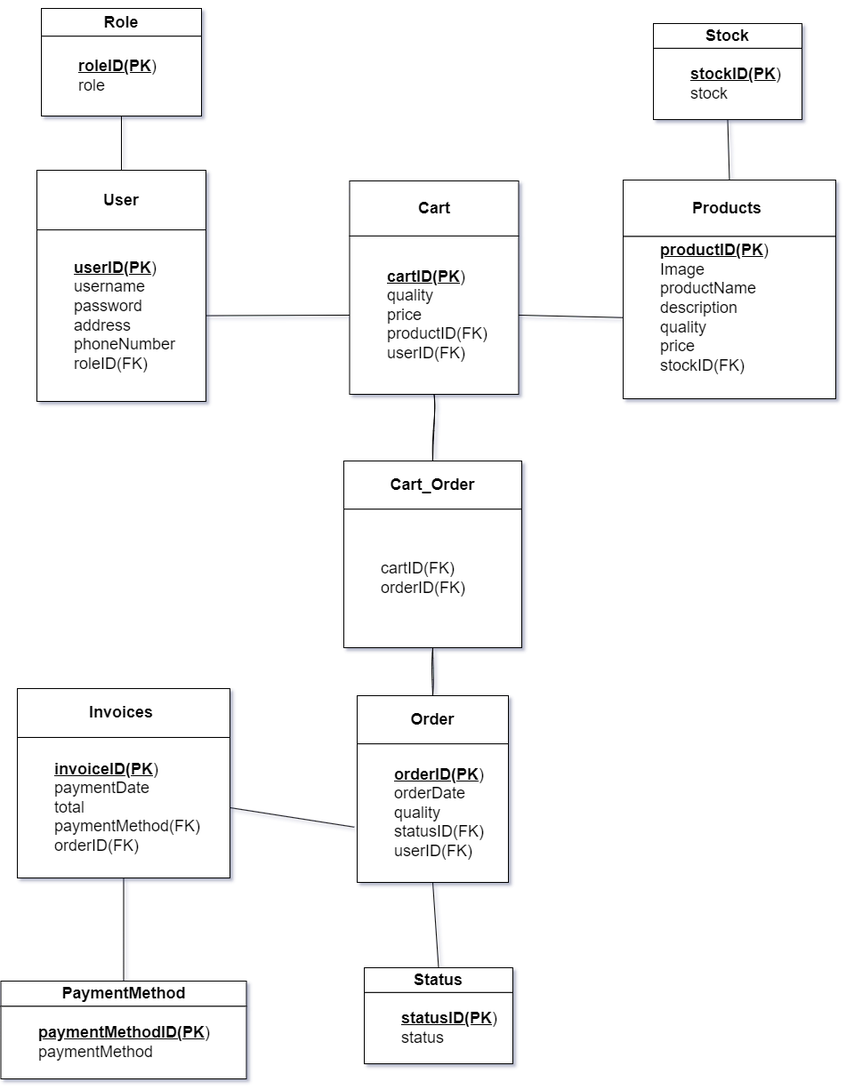
This is DuAn4.drawio.png from PhamThom129D/JDBC, a draw.io export, as it was before one commit. Source tidied: cells renumbered, new cells last; positions are measured from the earlier drawing's top-left corner, leaving out a move shared by most shapes.
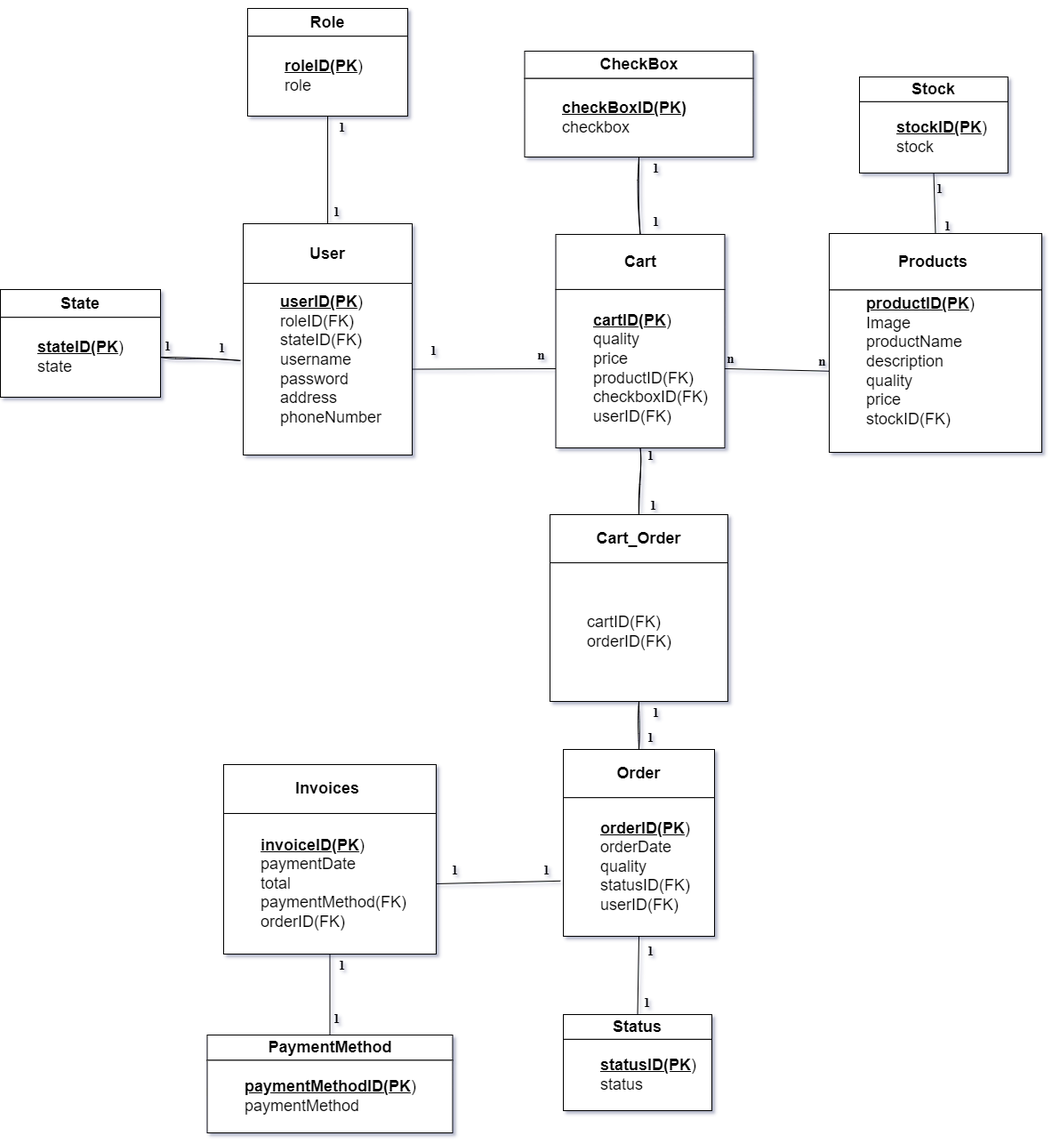
The same file after the commit.

Commit message:
Cập nhật DuAn4.drawio.png

What changed in the source:
```diff
@@ -8,7 +8,7 @@
     <mxCell id="3" value="&lt;h2&gt;User&lt;/h2&gt;" style="rounded=0;whiteSpace=wrap;html=1;align=center;labelBackgroundColor=none;" parent="2" vertex="1">
       <mxGeometry width="190" height="67.1" as="geometry" />
     </mxCell>
-    <mxCell id="4" value="&lt;blockquote style=&quot;margin: 0px 0px 0px 40px; border: none; padding: 0px; font-size: 18px;&quot;&gt;&lt;u&gt;&lt;b&gt;userID(PK&lt;/b&gt;&lt;/u&gt;)&lt;br&gt;username&lt;br&gt;password&lt;br&gt;address&lt;br&gt;phoneNumber&lt;br&gt;roleID(FK)&lt;/blockquote&gt;" style="rounded=0;whiteSpace=wrap;html=1;align=left;labelPosition=center;verticalLabelPosition=middle;verticalAlign=middle;labelBackgroundColor=none;" parent="2" vertex="1">
+    <mxCell id="4" value="&lt;blockquote style=&quot;margin: 0px 0px 0px 40px; border: none; padding: 0px; font-size: 18px;&quot;&gt;&lt;u&gt;&lt;b&gt;userID(PK&lt;/b&gt;&lt;/u&gt;)&lt;/blockquote&gt;&lt;blockquote style=&quot;margin: 0px 0px 0px 40px; border: none; padding: 0px; font-size: 18px;&quot;&gt;&lt;span style=&quot;background-color: initial;&quot;&gt;roleID(FK)&lt;/span&gt;&lt;/blockquote&gt;&lt;blockquote style=&quot;margin: 0px 0px 0px 40px; border: none; padding: 0px; font-size: 18px;&quot;&gt;&lt;span style=&quot;background-color: initial;&quot;&gt;stateID(FK)&lt;/span&gt;&lt;/blockquote&gt;&lt;blockquote style=&quot;margin: 0px 0px 0px 40px; border: none; padding: 0px; font-size: 18px;&quot;&gt;username&lt;br&gt;password&lt;br&gt;address&lt;br&gt;phoneNumber&lt;br&gt;&lt;br&gt;&lt;/blockquote&gt;" style="rounded=0;whiteSpace=wrap;html=1;align=left;labelPosition=center;verticalLabelPosition=middle;verticalAlign=middle;labelBackgroundColor=none;" parent="2" vertex="1">
       <mxGeometry y="67.1" width="190" height="192.9" as="geometry" />
     </mxCell>
     <mxCell id="5" style="group;verticalAlign=bottom;align=center;labelPosition=center;verticalLabelPosition=top;textDirection=ltr;rounded=0;labelBackgroundColor=none;" parent="1" vertex="1">
@@ -26,7 +26,7 @@
     <mxCell id="9" value="&lt;h2&gt;Cart&lt;/h2&gt;" style="rounded=0;whiteSpace=wrap;html=1;align=center;labelBackgroundColor=none;" parent="8" vertex="1">
       <mxGeometry width="190" height="61.9" as="geometry" />
     </mxCell>
-    <mxCell id="10" value="&lt;blockquote style=&quot;margin: 0px 0px 0px 40px; border: none; padding: 0px; font-size: 18px;&quot;&gt;&lt;u&gt;&lt;b&gt;cartID(PK&lt;/b&gt;&lt;/u&gt;)&lt;br&gt;quality&amp;nbsp;&lt;br&gt;price&amp;nbsp;&lt;/blockquote&gt;&lt;blockquote style=&quot;margin: 0px 0px 0px 40px; border: none; padding: 0px; font-size: 18px;&quot;&gt;productID(FK)&lt;/blockquote&gt;&lt;blockquote style=&quot;margin: 0px 0px 0px 40px; border: none; padding: 0px; font-size: 18px;&quot;&gt;userID(FK)&lt;/blockquote&gt;" style="rounded=0;whiteSpace=wrap;html=1;align=left;labelPosition=center;verticalLabelPosition=middle;verticalAlign=middle;labelBackgroundColor=none;" parent="8" vertex="1">
+    <mxCell id="10" value="&lt;blockquote style=&quot;margin: 0px 0px 0px 40px; border: none; padding: 0px; font-size: 18px;&quot;&gt;&lt;u&gt;&lt;b&gt;cartID(PK&lt;/b&gt;&lt;/u&gt;)&lt;br&gt;quality&amp;nbsp;&lt;br&gt;price&amp;nbsp;&lt;/blockquote&gt;&lt;blockquote style=&quot;margin: 0px 0px 0px 40px; border: none; padding: 0px; font-size: 18px;&quot;&gt;productID(FK)&lt;/blockquote&gt;&lt;blockquote style=&quot;margin: 0px 0px 0px 40px; border: none; padding: 0px; font-size: 18px;&quot;&gt;checkboxID(FK)&lt;/blockquote&gt;&lt;blockquote style=&quot;margin: 0px 0px 0px 40px; border: none; padding: 0px; font-size: 18px;&quot;&gt;userID(FK)&lt;/blockquote&gt;" style="rounded=0;whiteSpace=wrap;html=1;align=left;labelPosition=center;verticalLabelPosition=middle;verticalAlign=middle;labelBackgroundColor=none;" parent="8" vertex="1">
       <mxGeometry y="61.9" width="190" height="178.1" as="geometry" />
     </mxCell>
     <mxCell id="11" style="group;verticalAlign=bottom;align=center;labelPosition=center;verticalLabelPosition=top;textDirection=ltr;rounded=0;labelBackgroundColor=none;" parent="1" vertex="1">
@@ -39,7 +39,7 @@
       <mxGeometry y="54.2" width="170" height="155.8" as="geometry" />
     </mxCell>
     <mxCell id="14" style="group;verticalAlign=bottom;align=center;labelPosition=center;verticalLabelPosition=top;textDirection=ltr;rounded=0;labelBackgroundColor=none;" parent="1" vertex="1">
-      <mxGeometry x="19" y="765" width="239" height="213" as="geometry" />
+      <mxGeometry x="19" y="790" width="239" height="213" as="geometry" />
     </mxCell>
     <mxCell id="15" value="&lt;h2&gt;Invoices&amp;nbsp;&lt;/h2&gt;" style="rounded=0;whiteSpace=wrap;html=1;align=center;labelBackgroundColor=none;" parent="14" vertex="1">
       <mxGeometry width="239" height="55" as="geometry" />
@@ -57,7 +57,7 @@
       <mxGeometry y="27.9" width="167" height="80.1" as="geometry" />
     </mxCell>
     <mxCell id="20" style="group;verticalAlign=bottom;align=center;labelPosition=center;verticalLabelPosition=top;textDirection=ltr;rounded=0;labelBackgroundColor=none;" parent="1" vertex="1">
-      <mxGeometry x="46" width="180" height="121" as="geometry" />
+      <mxGeometry x="46" y="-60" width="180" height="121" as="geometry" />
     </mxCell>
     <mxCell id="21" value="&lt;h2&gt;Role&lt;/h2&gt;" style="rounded=0;whiteSpace=wrap;html=1;align=center;labelBackgroundColor=none;" parent="20" vertex="1">
       <mxGeometry width="180" height="31.2" as="geometry" />
@@ -66,7 +66,7 @@
       <mxGeometry y="31.2" width="180" height="89.8" as="geometry" />
     </mxCell>
     <mxCell id="23" style="group;verticalAlign=bottom;align=center;labelPosition=center;verticalLabelPosition=top;textDirection=ltr;rounded=0;labelBackgroundColor=none;" parent="1" vertex="1">
-      <mxGeometry x="409" y="1079" width="167" height="108" as="geometry" />
+      <mxGeometry x="401" y="1071" width="167" height="108" as="geometry" />
     </mxCell>
     <mxCell id="24" value="&lt;h2&gt;Status&lt;/h2&gt;" style="rounded=0;whiteSpace=wrap;html=1;align=center;labelBackgroundColor=none;" parent="23" vertex="1">
       <mxGeometry width="167" height="27.9" as="geometry" />
@@ -74,6 +74,9 @@
     <mxCell id="25" value="&lt;blockquote style=&quot;margin: 0px 0px 0px 40px; border: none; padding: 0px; font-size: 18px;&quot;&gt;&lt;u&gt;&lt;b&gt;statusID(PK&lt;/b&gt;&lt;/u&gt;)&lt;br&gt;status&lt;/blockquote&gt;" style="rounded=0;whiteSpace=wrap;html=1;align=left;labelPosition=center;verticalLabelPosition=middle;verticalAlign=middle;labelBackgroundColor=none;" parent="23" vertex="1">
       <mxGeometry y="27.9" width="167" height="80.1" as="geometry" />
     </mxCell>
+    <mxCell id="41" style="edgeStyle=orthogonalEdgeStyle;rounded=0;sketch=1;hachureGap=4;jiggle=2;curveFitting=1;orthogonalLoop=1;jettySize=auto;html=1;exitX=0.5;exitY=1;exitDx=0;exitDy=0;fontFamily=Architects Daughter;fontSource=https%3A%2F%2Ffonts.googleapis.com%2Fcss%3Ffamily%3DArchitects%2BDaughter;" parent="23" edge="1" source="25" target="25">
+      <mxGeometry relative="1" as="geometry" />
+    </mxCell>
     <mxCell id="26" style="group;verticalAlign=bottom;align=center;labelPosition=center;verticalLabelPosition=top;textDirection=ltr;rounded=0;labelBackgroundColor=none;" parent="1" vertex="1">
       <mxGeometry x="0.5" y="1094" width="276" height="110" as="geometry" />
     </mxCell>
@@ -119,5 +122,95 @@
     <mxCell id="40" style="endArrow=none;html=1;rounded=0;sketch=1;hachureGap=4;jiggle=2;curveFitting=1;fontFamily=Architects Daughter;fontSource=https%3A%2F%2Ffonts.googleapis.com%2Fcss%3Ffamily%3DArchitects%2BDaughter;exitX=0.5;exitY=1;exitDx=0;exitDy=0;entryX=0.5;entryY=0;entryDx=0;entryDy=0;" parent="1" edge="1" source="31" target="12">
       <mxGeometry relative="1" as="geometry" />
     </mxCell>
+    <mxCell id="42" style="group;verticalAlign=bottom;align=center;labelPosition=center;verticalLabelPosition=top;textDirection=ltr;rounded=0;labelBackgroundColor=none;" parent="1" vertex="1">
+      <mxGeometry x="357.5" y="-12" width="257" height="119" as="geometry" />
+    </mxCell>
+    <mxCell id="43" value="&lt;h2&gt;CheckBox&lt;/h2&gt;" style="rounded=0;whiteSpace=wrap;html=1;align=center;labelBackgroundColor=none;" parent="42" vertex="1">
+      <mxGeometry width="257" height="30.7" as="geometry" />
+    </mxCell>
+    <mxCell id="44" value="&lt;blockquote style=&quot;margin: 0px 0px 0px 40px; border: none; padding: 0px; font-size: 18px;&quot;&gt;&lt;b&gt;&lt;u&gt;checkBoxID(PK)&lt;/u&gt;&lt;/b&gt;&lt;/blockquote&gt;&lt;blockquote style=&quot;margin: 0px 0px 0px 40px; border: none; padding: 0px; font-size: 18px;&quot;&gt;checkbox&lt;/blockquote&gt;" style="rounded=0;whiteSpace=wrap;html=1;align=left;labelPosition=center;verticalLabelPosition=middle;verticalAlign=middle;labelBackgroundColor=none;" parent="42" vertex="1">
+      <mxGeometry y="30.7" width="257" height="88.3" as="geometry" />
+    </mxCell>
+    <mxCell id="45" style="endArrow=none;html=1;rounded=0;sketch=1;hachureGap=4;jiggle=2;curveFitting=1;fontFamily=Architects Daughter;fontSource=https%3A%2F%2Ffonts.googleapis.com%2Fcss%3Ffamily%3DArchitects%2BDaughter;exitX=0.5;exitY=1;exitDx=0;exitDy=0;entryX=0.5;entryY=0;entryDx=0;entryDy=0;" parent="1" edge="1" source="44" target="9">
+      <mxGeometry relative="1" as="geometry" />
+    </mxCell>
+    <mxCell id="46" style="group;verticalAlign=bottom;align=center;labelPosition=center;verticalLabelPosition=top;textDirection=ltr;rounded=0;labelBackgroundColor=none;" parent="1" vertex="1">
+      <mxGeometry x="-232" y="256" width="180" height="121" as="geometry" />
+    </mxCell>
+    <mxCell id="47" value="&lt;h2&gt;State&lt;/h2&gt;" style="rounded=0;whiteSpace=wrap;html=1;align=center;labelBackgroundColor=none;" parent="46" vertex="1">
+      <mxGeometry width="180" height="31.2" as="geometry" />
+    </mxCell>
+    <mxCell id="48" value="&lt;blockquote style=&quot;margin: 0px 0px 0px 40px; border: none; padding: 0px; font-size: 18px;&quot;&gt;&lt;u&gt;&lt;b&gt;stateID(PK&lt;/b&gt;&lt;/u&gt;)&lt;br&gt;state&lt;/blockquote&gt;" style="rounded=0;whiteSpace=wrap;html=1;align=left;labelPosition=center;verticalLabelPosition=middle;verticalAlign=middle;labelBackgroundColor=none;" parent="46" vertex="1">
+      <mxGeometry y="31.2" width="180" height="89.8" as="geometry" />
+    </mxCell>
+    <mxCell id="49" style="endArrow=none;html=1;rounded=0;sketch=1;hachureGap=4;jiggle=2;curveFitting=1;fontFamily=Architects Daughter;fontSource=https%3A%2F%2Ffonts.googleapis.com%2Fcss%3Ffamily%3DArchitects%2BDaughter;exitX=1;exitY=0.5;exitDx=0;exitDy=0;entryX=-0.016;entryY=0.45;entryDx=0;entryDy=0;entryPerimeter=0;" parent="1" edge="1" source="48" target="4">
+      <mxGeometry relative="1" as="geometry" />
+    </mxCell>
+    <mxCell id="50" value="&lt;h4&gt;&lt;font face=&quot;Times New Roman&quot;&gt;1&lt;/font&gt;&lt;/h4&gt;" style="text;html=1;align=center;verticalAlign=middle;whiteSpace=wrap;rounded=0;fontFamily=Architects Daughter;fontSource=https%3A%2F%2Ffonts.googleapis.com%2Fcss%3Ffamily%3DArchitects%2BDaughter;fontSize=15;" parent="1" vertex="1">
+      <mxGeometry x="233.5" y="312" width="43" height="26" as="geometry" />
+    </mxCell>
+    <mxCell id="51" value="&lt;h4&gt;&lt;font face=&quot;Times New Roman&quot;&gt;1&lt;/font&gt;&lt;/h4&gt;" style="text;html=1;align=center;verticalAlign=middle;whiteSpace=wrap;rounded=0;fontFamily=Architects Daughter;fontSource=https%3A%2F%2Ffonts.googleapis.com%2Fcss%3Ffamily%3DArchitects%2BDaughter;fontSize=15;" parent="1" vertex="1">
+      <mxGeometry x="-4" y="309" width="43" height="26" as="geometry" />
+    </mxCell>
+    <mxCell id="52" value="&lt;h4&gt;&lt;font face=&quot;Times New Roman&quot;&gt;1&lt;/font&gt;&lt;/h4&gt;" style="text;html=1;align=center;verticalAlign=middle;whiteSpace=wrap;rounded=0;fontFamily=Architects Daughter;fontSource=https%3A%2F%2Ffonts.googleapis.com%2Fcss%3Ffamily%3DArchitects%2BDaughter;fontSize=15;" parent="1" vertex="1">
+      <mxGeometry x="-65" y="307" width="43" height="26" as="geometry" />
+    </mxCell>
+    <mxCell id="53" value="&lt;h4&gt;&lt;font face=&quot;Times New Roman&quot;&gt;1&lt;/font&gt;&lt;/h4&gt;" style="text;html=1;align=center;verticalAlign=middle;whiteSpace=wrap;rounded=0;fontFamily=Architects Daughter;fontSource=https%3A%2F%2Ffonts.googleapis.com%2Fcss%3Ffamily%3DArchitects%2BDaughter;fontSize=15;" parent="1" vertex="1">
+      <mxGeometry x="125" y="156" width="43" height="26" as="geometry" />
+    </mxCell>
+    <mxCell id="54" value="&lt;h4&gt;&lt;font face=&quot;Times New Roman&quot;&gt;1&lt;/font&gt;&lt;/h4&gt;" style="text;html=1;align=center;verticalAlign=middle;whiteSpace=wrap;rounded=0;fontFamily=Architects Daughter;fontSource=https%3A%2F%2Ffonts.googleapis.com%2Fcss%3Ffamily%3DArchitects%2BDaughter;fontSize=15;" parent="1" vertex="1">
+      <mxGeometry x="131" y="61" width="43" height="26" as="geometry" />
+    </mxCell>
+    <mxCell id="55" value="&lt;h4&gt;&lt;font face=&quot;Times New Roman&quot;&gt;1&lt;/font&gt;&lt;/h4&gt;" style="text;html=1;align=center;verticalAlign=middle;whiteSpace=wrap;rounded=0;fontFamily=Architects Daughter;fontSource=https%3A%2F%2Ffonts.googleapis.com%2Fcss%3Ffamily%3DArchitects%2BDaughter;fontSize=15;" parent="1" vertex="1">
+      <mxGeometry x="484" y="107" width="43" height="26" as="geometry" />
+    </mxCell>
+    <mxCell id="56" value="&lt;h4&gt;&lt;font face=&quot;Times New Roman&quot;&gt;1&lt;/font&gt;&lt;/h4&gt;" style="text;html=1;align=center;verticalAlign=middle;whiteSpace=wrap;rounded=0;fontFamily=Architects Daughter;fontSource=https%3A%2F%2Ffonts.googleapis.com%2Fcss%3Ffamily%3DArchitects%2BDaughter;fontSize=15;" parent="1" vertex="1">
+      <mxGeometry x="484" y="167" width="43" height="26" as="geometry" />
+    </mxCell>
+    <mxCell id="57" value="&lt;h4&gt;&lt;font face=&quot;Times New Roman&quot;&gt;1&lt;/font&gt;&lt;/h4&gt;" style="text;html=1;align=center;verticalAlign=middle;whiteSpace=wrap;rounded=0;fontFamily=Architects Daughter;fontSource=https%3A%2F%2Ffonts.googleapis.com%2Fcss%3Ffamily%3DArchitects%2BDaughter;fontSize=15;" parent="1" vertex="1">
+      <mxGeometry x="803" y="130" width="43" height="26" as="geometry" />
+    </mxCell>
+    <mxCell id="58" value="&lt;h4&gt;&lt;font face=&quot;Times New Roman&quot;&gt;1&lt;/font&gt;&lt;/h4&gt;" style="text;html=1;align=center;verticalAlign=middle;whiteSpace=wrap;rounded=0;fontFamily=Architects Daughter;fontSource=https%3A%2F%2Ffonts.googleapis.com%2Fcss%3Ffamily%3DArchitects%2BDaughter;fontSize=15;" parent="1" vertex="1">
+      <mxGeometry x="812" y="172" width="43" height="26" as="geometry" />
+    </mxCell>
+    <mxCell id="59" value="&lt;h4&gt;&lt;font face=&quot;Times New Roman&quot;&gt;1&lt;/font&gt;&lt;/h4&gt;" style="text;html=1;align=center;verticalAlign=middle;whiteSpace=wrap;rounded=0;fontFamily=Architects Daughter;fontSource=https%3A%2F%2Ffonts.googleapis.com%2Fcss%3Ffamily%3DArchitects%2BDaughter;fontSize=15;" parent="1" vertex="1">
+      <mxGeometry x="131" y="1003" width="43" height="26" as="geometry" />
+    </mxCell>
+    <mxCell id="60" value="&lt;h4&gt;&lt;font face=&quot;Times New Roman&quot;&gt;1&lt;/font&gt;&lt;/h4&gt;" style="text;html=1;align=center;verticalAlign=middle;whiteSpace=wrap;rounded=0;fontFamily=Architects Daughter;fontSource=https%3A%2F%2Ffonts.googleapis.com%2Fcss%3Ffamily%3DArchitects%2BDaughter;fontSize=15;" parent="1" vertex="1">
+      <mxGeometry x="125" y="1063" width="43" height="26" as="geometry" />
+    </mxCell>
+    <mxCell id="61" value="&lt;h4&gt;&lt;font face=&quot;Times New Roman&quot;&gt;1&lt;/font&gt;&lt;/h4&gt;" style="text;html=1;align=center;verticalAlign=middle;whiteSpace=wrap;rounded=0;fontFamily=Architects Daughter;fontSource=https%3A%2F%2Ffonts.googleapis.com%2Fcss%3Ffamily%3DArchitects%2BDaughter;fontSize=15;" parent="1" vertex="1">
+      <mxGeometry x="478" y="983" width="43" height="33" as="geometry" />
+    </mxCell>
+    <mxCell id="62" value="&lt;h4&gt;&lt;font face=&quot;Times New Roman&quot;&gt;1&lt;/font&gt;&lt;/h4&gt;" style="text;html=1;align=center;verticalAlign=middle;whiteSpace=wrap;rounded=0;fontFamily=Architects Daughter;fontSource=https%3A%2F%2Ffonts.googleapis.com%2Fcss%3Ffamily%3DArchitects%2BDaughter;fontSize=15;" parent="1" vertex="1">
+      <mxGeometry x="474" y="1045" width="43" height="26" as="geometry" />
+    </mxCell>
+    <mxCell id="63" value="&lt;h4&gt;&lt;font face=&quot;Times New Roman&quot;&gt;1&lt;/font&gt;&lt;/h4&gt;" style="text;html=1;align=center;verticalAlign=middle;whiteSpace=wrap;rounded=0;fontFamily=Architects Daughter;fontSource=https%3A%2F%2Ffonts.googleapis.com%2Fcss%3Ffamily%3DArchitects%2BDaughter;fontSize=15;" parent="1" vertex="1">
+      <mxGeometry x="361" y="896" width="43" height="26" as="geometry" />
+    </mxCell>
+    <mxCell id="64" value="&lt;h4&gt;&lt;font face=&quot;Times New Roman&quot;&gt;1&lt;/font&gt;&lt;/h4&gt;" style="text;html=1;align=center;verticalAlign=middle;whiteSpace=wrap;rounded=0;fontFamily=Architects Daughter;fontSource=https%3A%2F%2Ffonts.googleapis.com%2Fcss%3Ffamily%3DArchitects%2BDaughter;fontSize=15;" parent="1" vertex="1">
+      <mxGeometry x="258" y="896" width="43" height="26" as="geometry" />
+    </mxCell>
+    <mxCell id="65" value="&lt;h4&gt;&lt;font face=&quot;Times New Roman&quot;&gt;1&lt;/font&gt;&lt;/h4&gt;" style="text;html=1;align=center;verticalAlign=middle;whiteSpace=wrap;rounded=0;fontFamily=Architects Daughter;fontSource=https%3A%2F%2Ffonts.googleapis.com%2Fcss%3Ffamily%3DArchitects%2BDaughter;fontSize=15;" parent="1" vertex="1">
+      <mxGeometry x="484" y="719" width="43" height="26" as="geometry" />
+    </mxCell>
+    <mxCell id="66" value="&lt;h4&gt;&lt;font face=&quot;Times New Roman&quot;&gt;1&lt;/font&gt;&lt;/h4&gt;" style="text;html=1;align=center;verticalAlign=middle;whiteSpace=wrap;rounded=0;fontFamily=Architects Daughter;fontSource=https%3A%2F%2Ffonts.googleapis.com%2Fcss%3Ffamily%3DArchitects%2BDaughter;fontSize=15;" parent="1" vertex="1">
+      <mxGeometry x="478" y="747" width="43" height="26" as="geometry" />
+    </mxCell>
+    <mxCell id="67" value="&lt;h4&gt;&lt;font face=&quot;Times New Roman&quot;&gt;1&lt;/font&gt;&lt;/h4&gt;" style="text;html=1;align=center;verticalAlign=middle;whiteSpace=wrap;rounded=0;fontFamily=Architects Daughter;fontSource=https%3A%2F%2Ffonts.googleapis.com%2Fcss%3Ffamily%3DArchitects%2BDaughter;fontSize=15;" parent="1" vertex="1">
+      <mxGeometry x="481" y="486" width="43" height="26" as="geometry" />
+    </mxCell>
+    <mxCell id="68" value="&lt;h4&gt;&lt;font face=&quot;Times New Roman&quot;&gt;1&lt;/font&gt;&lt;/h4&gt;" style="text;html=1;align=center;verticalAlign=middle;whiteSpace=wrap;rounded=0;fontFamily=Architects Daughter;fontSource=https%3A%2F%2Ffonts.googleapis.com%2Fcss%3Ffamily%3DArchitects%2BDaughter;fontSize=15;" parent="1" vertex="1">
+      <mxGeometry x="478" y="430" width="43" height="26" as="geometry" />
+    </mxCell>
+    <mxCell id="69" value="&lt;h4&gt;&lt;font face=&quot;Times New Roman&quot;&gt;n&lt;/font&gt;&lt;/h4&gt;" style="text;html=1;align=center;verticalAlign=middle;whiteSpace=wrap;rounded=0;fontFamily=Architects Daughter;fontSource=https%3A%2F%2Ffonts.googleapis.com%2Fcss%3Ffamily%3DArchitects%2BDaughter;fontSize=15;" parent="1" vertex="1">
+      <mxGeometry x="355" y="317" width="43" height="26" as="geometry" />
+    </mxCell>
+    <mxCell id="70" value="&lt;h4&gt;&lt;font face=&quot;Times New Roman&quot;&gt;n&lt;/font&gt;&lt;/h4&gt;" style="text;html=1;align=center;verticalAlign=middle;whiteSpace=wrap;rounded=0;fontFamily=Architects Daughter;fontSource=https%3A%2F%2Ffonts.googleapis.com%2Fcss%3Ffamily%3DArchitects%2BDaughter;fontSize=15;" parent="1" vertex="1">
+      <mxGeometry x="568" y="321" width="43" height="26" as="geometry" />
+    </mxCell>
+    <mxCell id="71" value="&lt;h4&gt;&lt;font face=&quot;Times New Roman&quot;&gt;n&lt;/font&gt;&lt;/h4&gt;" style="text;html=1;align=center;verticalAlign=middle;whiteSpace=wrap;rounded=0;fontFamily=Architects Daughter;fontSource=https%3A%2F%2Ffonts.googleapis.com%2Fcss%3Ffamily%3DArchitects%2BDaughter;fontSize=15;" parent="1" vertex="1">
+      <mxGeometry x="671" y="324" width="43" height="26" as="geometry" />
+    </mxCell>
   </root>
 </mxGraphModel>
```
